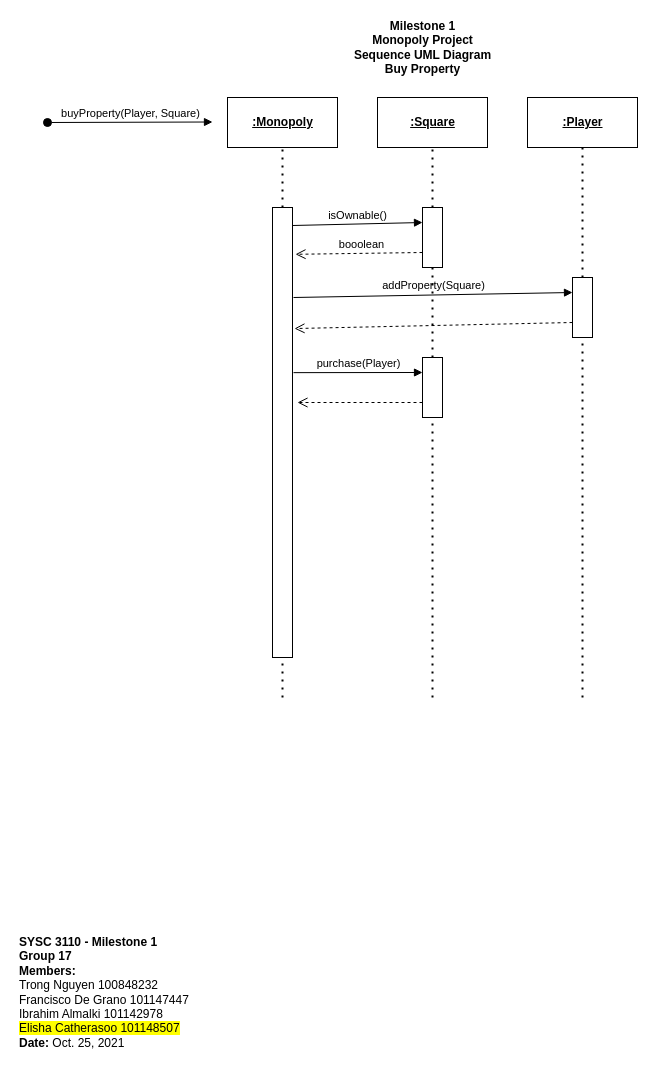
This is page "SequenceUML_2" (3 of 5) of M1_ClassUML.drawio from trong0dn/monopoly, a draw.io file, before an edit. Source tidied: cells renumbered, new cells numbered last; positions are measured from the earlier drawing's top-left corner, leaving out a move shared by most shapes. Both pictures are drawn from the tidied source at 100%, with x=0, y=0 at pixel (17, 17).
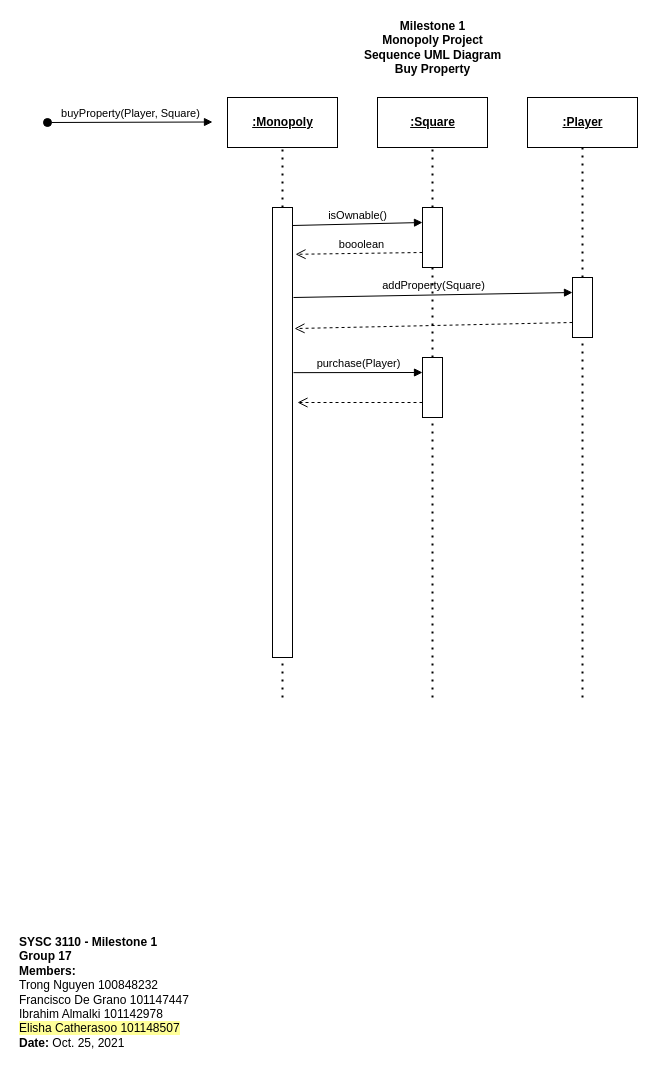
The same diagram, later.

What changed in the source:
```diff
@@
-    <mxCell id="2" value="&lt;b&gt;SYSC 3110 - Milestone 1&lt;/b&gt;&lt;br&gt;&lt;b&gt;Group 17&lt;/b&gt;&lt;br&gt;&lt;b&gt;Members:&lt;/b&gt;&lt;br&gt;Trong Nguyen 100848232 &lt;br&gt;Francisco De Grano 101147447 &lt;br&gt;Ibrahim Almalki 101142978 &lt;br&gt;&lt;span style=&quot;background-color: rgb(255 , 255 , 0)&quot;&gt;Elisha Catherasoo 101148507&lt;/span&gt;&lt;br&gt;&lt;b&gt;Date: &lt;/b&gt;Oct. 25, 2021" style="text;html=1;strokeColor=none;fillColor=none;align=left;verticalAlign=middle;whiteSpace=wrap;rounded=0;" parent="1" vertex="1">
+    <mxCell id="2" value="&lt;b&gt;SYSC 3110 - Milestone 1&lt;/b&gt;&lt;br&gt;&lt;b&gt;Group 17&lt;/b&gt;&lt;br&gt;&lt;b&gt;Members:&lt;/b&gt;&lt;br&gt;Trong Nguyen 100848232 &lt;br&gt;Francisco De Grano 101147447 &lt;br&gt;&lt;span style=&quot;background-color: rgb(255 , 255 , 255)&quot;&gt;Ibrahim Almalki 101142978 &lt;br&gt;&lt;/span&gt;&lt;span style=&quot;background-color: rgb(255 , 255 , 153)&quot;&gt;Elisha Catherasoo 101148507&lt;br&gt;&lt;/span&gt;&lt;b&gt;Date: &lt;/b&gt;Oct. 25, 2021" style="text;html=1;strokeColor=none;fillColor=none;align=left;verticalAlign=middle;whiteSpace=wrap;rounded=0;" parent="1" vertex="1">
       <mxGeometry y="910" width="200" height="130" as="geometry" />
     </mxCell>
     <mxCell id="3" value="&lt;b&gt;Milestone 1&lt;br&gt;Monopoly Project&lt;br&gt;Sequence UML Diagram&lt;br&gt;Buy Property&lt;br&gt;&lt;/b&gt;" style="text;html=1;align=center;verticalAlign=middle;strokeColor=none;fillColor=none;" parent="1" vertex="1">
-      <mxGeometry x="330" width="150" height="60" as="geometry" />
+      <mxGeometry x="340" width="150" height="60" as="geometry" />
     </mxCell>
```
